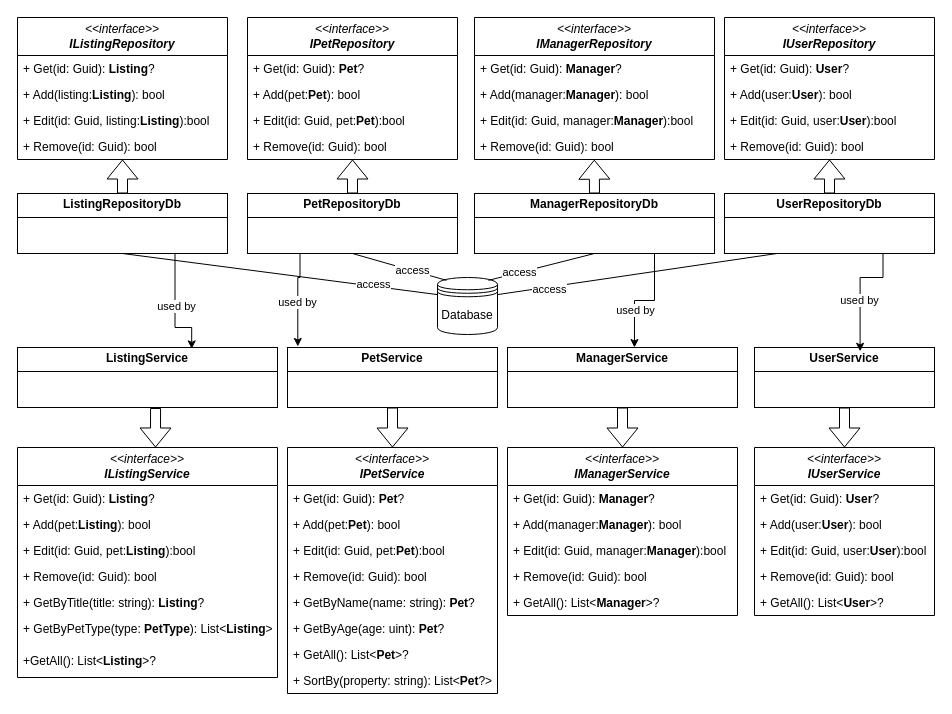
The draw.io diagram page "DataAccess" (1 of 4) of Assets/DiagramOfClasses.drawio in VeronikaFilippova/ASP.NET_TeamProject_CozyHouse, before the edit. Source tidied: cells renumbered, new cells numbered last; positions are measured from the earlier drawing's top-left corner, leaving out a move shared by most shapes. Both pictures are drawn from the tidied source at 100%, with x=0, y=0 at pixel (17, 17).
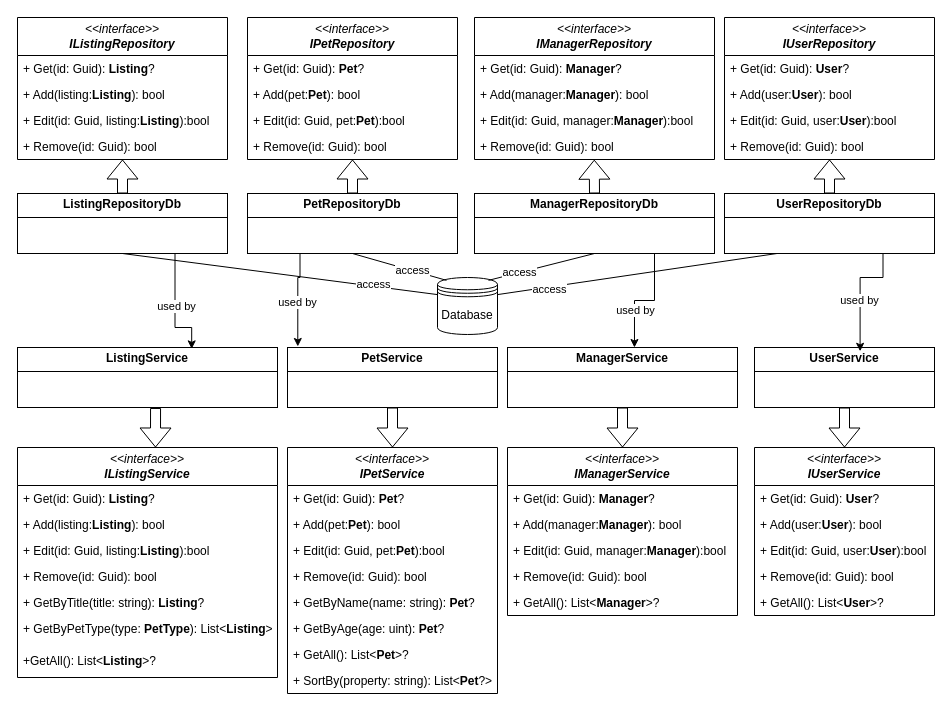
The same diagram, later.

Commit message (it also covers changes not shown here):
Changed DataAccess Diagram

The change refers to these unchanged cells:
```xml
<mxCell id="40" value="&lt;i&gt;&amp;lt;&amp;lt;interface&amp;gt;&amp;gt;&lt;br&gt;&lt;b&gt;IListingService&lt;/b&gt;&lt;/i&gt;" style="swimlane;fontStyle=0;horizontal=1;startSize=38;fillColor=none;whiteSpace=wrap;html=1;textShadow=0;" parent="1" vertex="1">
  <mxGeometry y="430" width="260" height="230" as="geometry" />
</mxCell>
```

Diff of the diagram source:
```diff
@@
-    <mxCell id="42" value="+ Add(pet:&lt;b&gt;Listing&lt;/b&gt;): bool" style="text;strokeColor=none;fillColor=none;align=left;verticalAlign=top;spacingLeft=4;spacingRight=4;overflow=hidden;whiteSpace=wrap;html=1;" parent="40" vertex="1">
+    <mxCell id="42" value="+ Add(listing:&lt;b&gt;Listing&lt;/b&gt;): bool" style="text;strokeColor=none;fillColor=none;align=left;verticalAlign=top;spacingLeft=4;spacingRight=4;overflow=hidden;whiteSpace=wrap;html=1;" parent="40" vertex="1">
       <mxGeometry y="64" width="260" height="26" as="geometry" />
     </mxCell>
-    <mxCell id="43" value="+ Edit(id: Guid, pet:&lt;b&gt;Listing&lt;/b&gt;):bool" style="text;strokeColor=none;fillColor=none;align=left;verticalAlign=top;spacingLeft=4;spacingRight=4;overflow=hidden;whiteSpace=wrap;html=1;" parent="40" vertex="1">
+    <mxCell id="43" value="+ Edit(id: Guid, listing:&lt;b&gt;Listing&lt;/b&gt;):bool" style="text;strokeColor=none;fillColor=none;align=left;verticalAlign=top;spacingLeft=4;spacingRight=4;overflow=hidden;whiteSpace=wrap;html=1;" parent="40" vertex="1">
       <mxGeometry y="90" width="260" height="26" as="geometry" />
     </mxCell>
```
